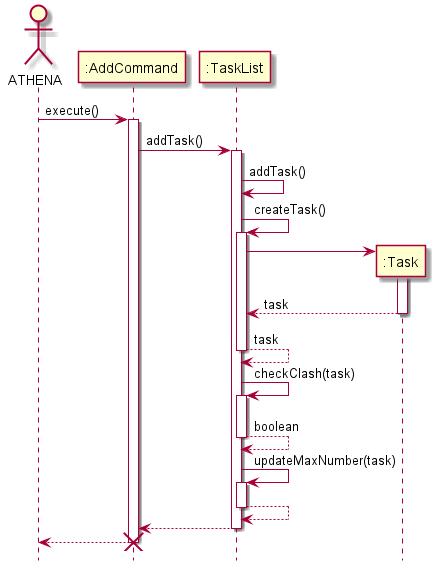
wish2023/tp keeps this PlantUML diagram as docs/sequenceDiagrams/AddCommand.png. Above is the earlier version. Its diagram source:
```plantuml
@startuml
hide footbox

actor "ATHENA" as Athena
participant ":AddCommand" as AddCommand
participant ":TaskList" as TaskList
participant ":Task" as Task


Athena->AddCommand: execute()
activate AddCommand
AddCommand->TaskList: addTask()
activate TaskList

TaskList->TaskList: addTask()

TaskList->TaskList: createTask()
activate TaskList
create Task
TaskList->Task:
activate Task
return task
TaskList-->TaskList: task
deactivate TaskList

TaskList->TaskList: checkClash(task)
activate TaskList
return boolean
TaskList->TaskList: updateMaxNumber(task)
activate TaskList
return
TaskList-->AddCommand:
deactivate TaskList
AddCommand-->Athena
destroy AddCommand

@enduml
```
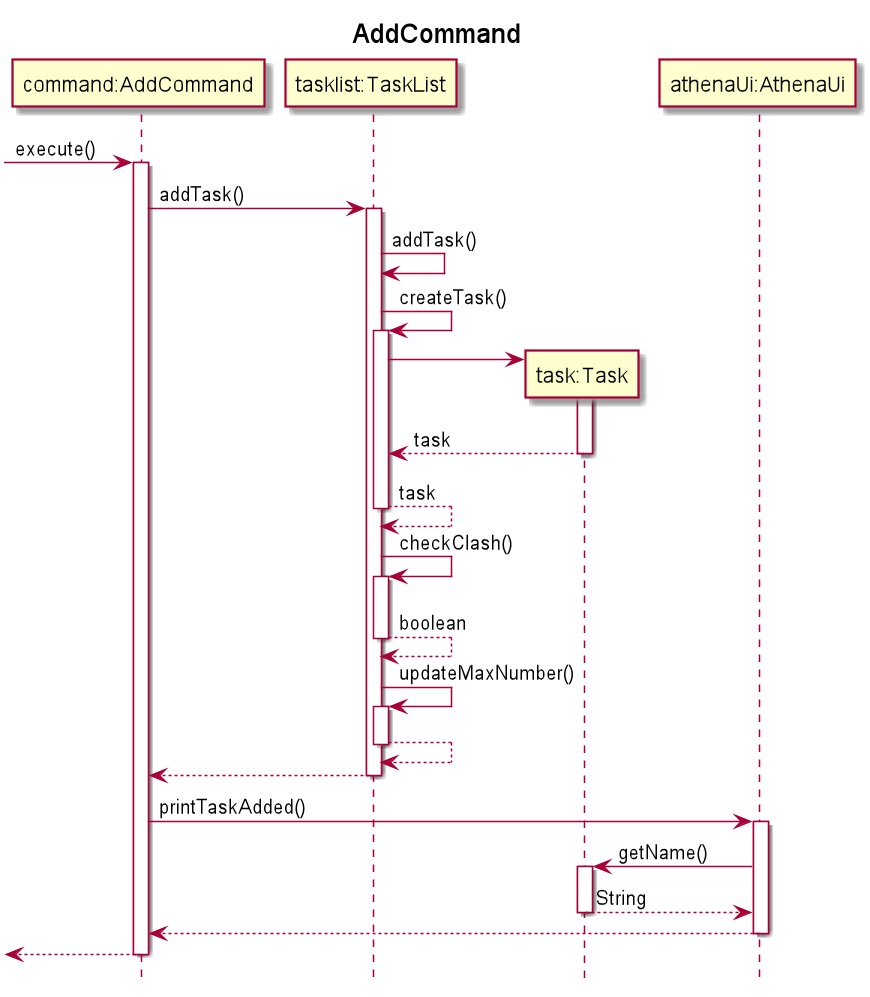
Above is the later version.

The edit, as a diff of the source:
```diff
@@ -1,13 +1,14 @@
 @startuml
 hide footbox
+title AddCommand
 
-actor "ATHENA" as Athena
-participant ":AddCommand" as AddCommand
-participant ":TaskList" as TaskList
-participant ":Task" as Task
+participant "command:AddCommand" as AddCommand
+participant "tasklist:TaskList" as TaskList
+participant "task:Task" as Task
+participant "athenaUi:AthenaUi" as AthenaUI
 
 
-Athena->AddCommand: execute()
+->AddCommand: execute()
 activate AddCommand
 AddCommand->TaskList: addTask()
 activate TaskList
@@ -23,15 +24,21 @@
 TaskList-->TaskList: task
 deactivate TaskList
 
-TaskList->TaskList: checkClash(task)
+TaskList->TaskList: checkClash()
 activate TaskList
 return boolean
-TaskList->TaskList: updateMaxNumber(task)
+TaskList->TaskList: updateMaxNumber()
 activate TaskList
 return
-TaskList-->AddCommand:
+TaskList-->AddCommand--:
+AddCommand->AthenaUI++: printTaskAdded()
+AthenaUI->Task++:getName()
+return String
+AthenaUI-->AddCommand--:
+
 deactivate TaskList
-AddCommand-->Athena
-destroy AddCommand
+<--AddCommand--
+
+
 
 @enduml
```
